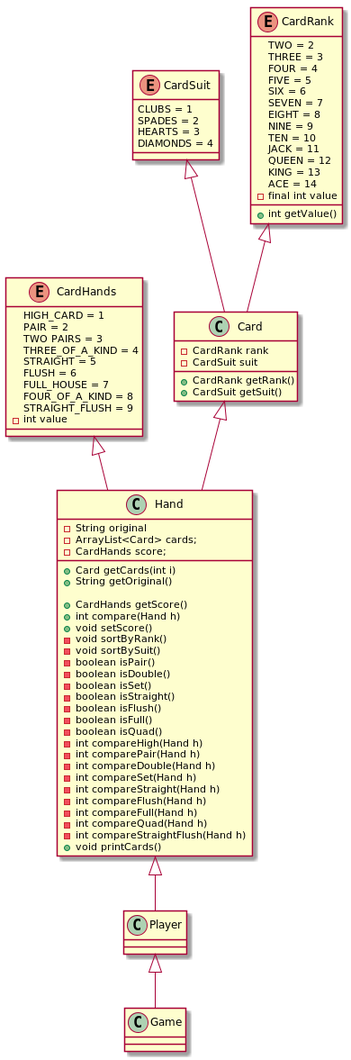
Earlier version of the PlantUML export poker_classUML.png (bebosudo/it.units.muli.poker).
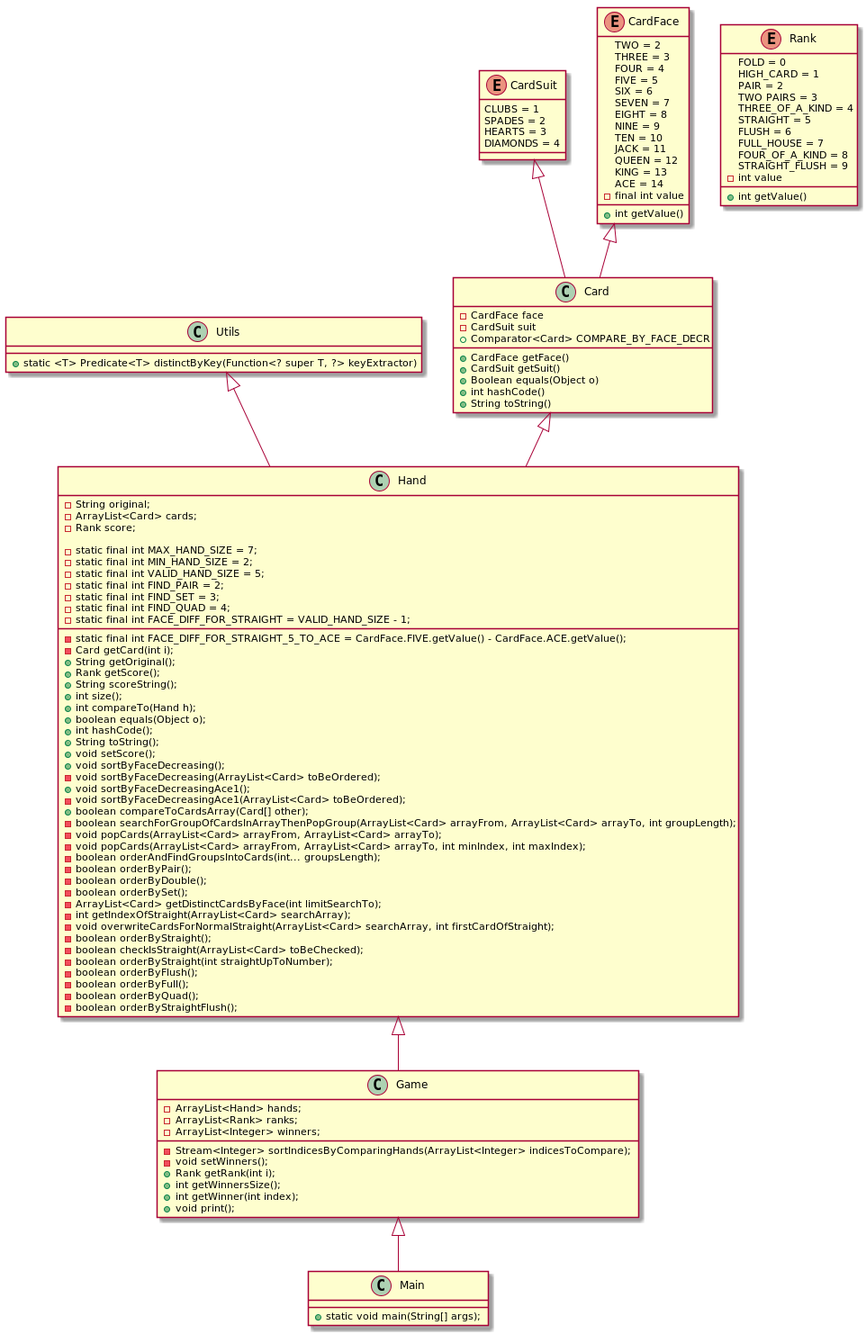
Later version of the same file.

Commit message:
Update UML diagram.

Change to the diagram source:
```diff
@@ -1,60 +1,94 @@
 @startuml
 
 class Card {
-- CardRank rank
+- CardFace face
 - CardSuit suit
-+ CardRank getRank()
++ CardFace getFace()
 + CardSuit getSuit()
++ Boolean equals(Object o)
++ int hashCode()
++ String toString()
++ Comparator<Card> COMPARE_BY_FACE_DECR
 }
 
 class Hand {
-- String original
+- String original;
 - ArrayList<Card> cards;
-- CardHands score;
+- Rank score;
 
-+ Card getCards(int i)
-+ String getOriginal()
+- static final int MAX_HAND_SIZE = 7;
+- static final int MIN_HAND_SIZE = 2;
+- static final int VALID_HAND_SIZE = 5;
+- static final int FIND_PAIR = 2;
+- static final int FIND_SET = 3;
+- static final int FIND_QUAD = 4;
+- static final int FACE_DIFF_FOR_STRAIGHT_5_TO_ACE = CardFace.FIVE.getValue() - CardFace.ACE.getValue();
+- static final int FACE_DIFF_FOR_STRAIGHT = VALID_HAND_SIZE - 1;
 
-+ CardHands getScore()
-+ int compare(Hand h)
-+ void setScore()
-- void sortByRank()
-- void sortBySuit()
-- boolean isPair()
-- boolean isDouble()
-- boolean isSet()
-- boolean isStraight()
-- boolean isFlush()
-- boolean isFull()
-- boolean isQuad()
-- int compareHigh(Hand h)
-- int comparePair(Hand h)
-- int compareDouble(Hand h)
-- int compareSet(Hand h)
-- int compareStraight(Hand h)
-- int compareFlush(Hand h)
-- int compareFull(Hand h)
-- int compareQuad(Hand h)
-- int compareStraightFlush(Hand h)
-+ void printCards()
-
-}
-
-class Player {
+- Card getCard(int i);
++ String getOriginal();
++ Rank getScore();
++ String scoreString();
++ int size();
++ int compareTo(Hand h);
++ boolean equals(Object o);
++ int hashCode();
++ String toString();
++ void setScore();
++ void sortByFaceDecreasing();
+- void sortByFaceDecreasing(ArrayList<Card> toBeOrdered);
++ void sortByFaceDecreasingAce1();
+- void sortByFaceDecreasingAce1(ArrayList<Card> toBeOrdered);
++ boolean compareToCardsArray(Card[] other);
+- boolean searchForGroupOfCardsInArrayThenPopGroup(ArrayList<Card> arrayFrom, ArrayList<Card> arrayTo, int groupLength);
+- void popCards(ArrayList<Card> arrayFrom, ArrayList<Card> arrayTo);
+- void popCards(ArrayList<Card> arrayFrom, ArrayList<Card> arrayTo, int minIndex, int maxIndex);
+- boolean orderAndFindGroupsIntoCards(int... groupsLength);
+- boolean orderByPair();
+- boolean orderByDouble();
+- boolean orderBySet();
+- ArrayList<Card> getDistinctCardsByFace(int limitSearchTo);
+- int getIndexOfStraight(ArrayList<Card> searchArray);
+- void overwriteCardsForNormalStraight(ArrayList<Card> searchArray, int firstCardOfStraight);
+- boolean orderByStraight();
+- boolean checkIsStraight(ArrayList<Card> toBeChecked);
+- boolean orderByStraight(int straightUpToNumber);
+- boolean orderByFlush();
+- boolean orderByFull();
+- boolean orderByQuad();
+- boolean orderByStraightFlush();
 
 }
 
 class Game {
+- ArrayList<Hand> hands;
+- ArrayList<Rank> ranks;
+- ArrayList<Integer> winners;
 
+- Stream<Integer> sortIndicesByComparingHands(ArrayList<Integer> indicesToCompare);
+- void setWinners();
++ Rank getRank(int i);
++ int getWinnersSize();
++ int getWinner(int index);
++ void print();
 }
 
-Hand <|-- Player
+class Main{
++ static void main(String[] args);
+}
+
+class Utils{
++ static <T> Predicate<T> distinctByKey(Function<? super T, ?> keyExtractor)
+}
+
+CardSuit <|-- Card
+CardFace <|-- Card
 Card <|-- Hand
-CardSuit <|-- Card
-CardRank <|-- Card
-CardHands <|-- Hand
+Hand <|-- Game
+Game <|-- Main
+Utils <|-- Hand
 
-Player <|-- Game
+
 
 enum CardSuit {
 CLUBS = 1
@@ -63,7 +97,7 @@
 DIAMONDS = 4
 }
 
-enum CardRank {
+enum CardFace {
 TWO = 2
 THREE = 3
 FOUR = 4
@@ -81,7 +115,8 @@
 + int getValue()
 }
 
-enum CardHands {
+enum Rank {
+FOLD = 0
 HIGH_CARD = 1
 PAIR = 2
 TWO PAIRS = 3
@@ -92,6 +127,7 @@
 FOUR_OF_A_KIND = 8
 STRAIGHT_FLUSH = 9
 - int value
++ int getValue()
 }
 
 @enduml
```
